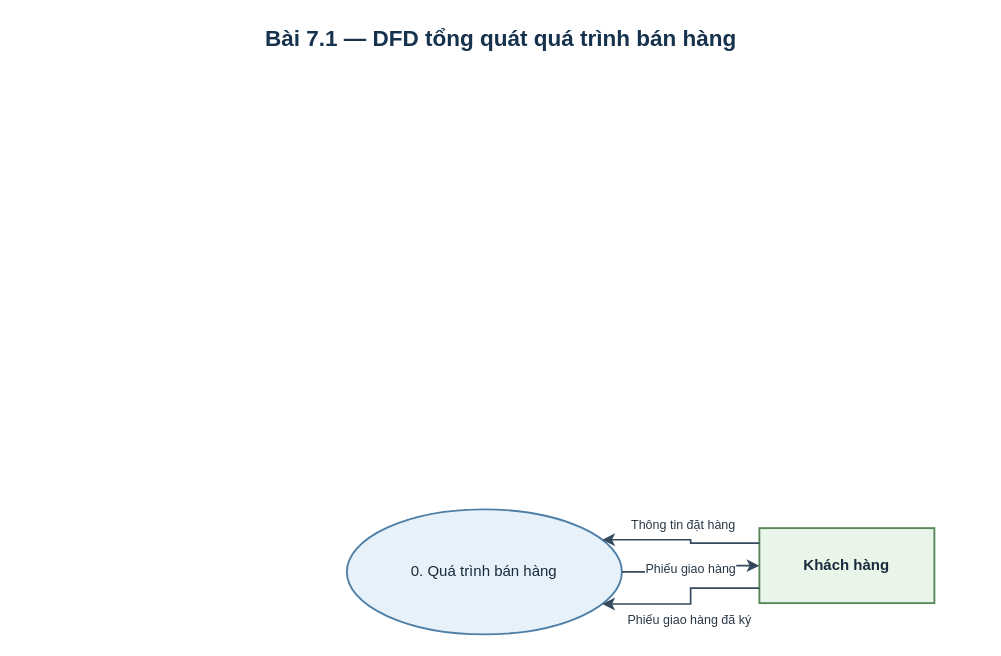
Before: assets/drawio/09_sales_context_dfd.drawio in saigonbaddielover/thtrang, a draw.io diagram. Source tidied: cells renumbered, new cells numbered last; positions are measured from the earlier drawing's top-left corner, leaving out a move shared by most shapes. Both pictures are drawn from the tidied source at 125%, with x=0, y=0 at pixel (21, 21).
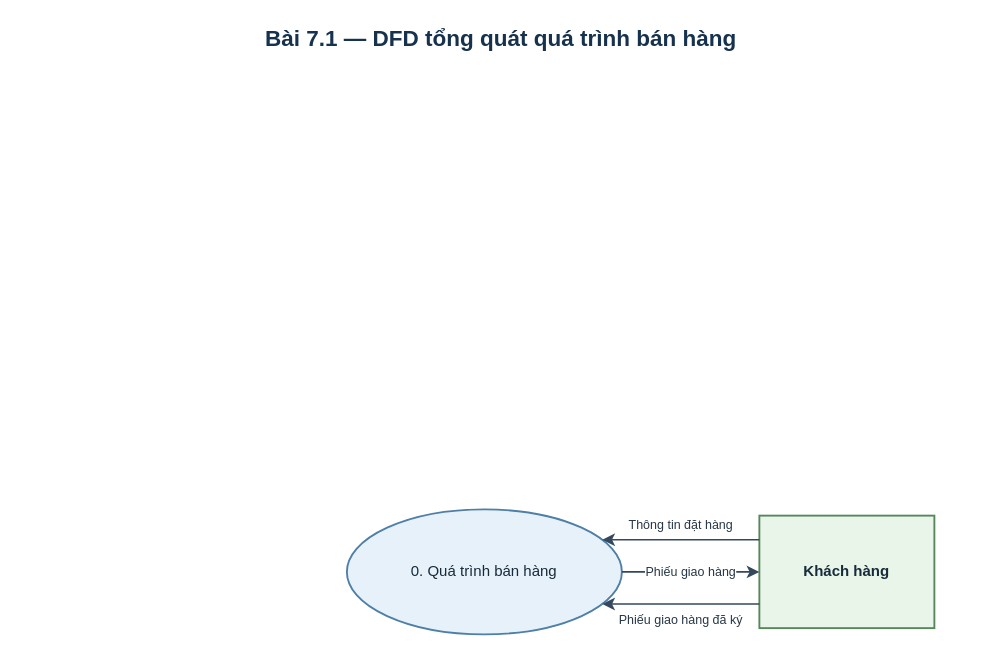
The same diagram, later.

Diff of the diagram source:
```diff
@@
 <mxGraphModel>
   <root>
     <mxCell id="0" />
     <mxCell id="1" parent="0" />
     <mxCell id="2" value="Bài 7.1 — DFD tổng quát quá trình bán hàng" style="text;html=1;whiteSpace=wrap;align=center;verticalAlign=middle;fontFamily=Arial;fontSize=18;fontStyle=1;fontColor=#17324D;strokeColor=none;fillColor=none;" parent="1" vertex="1">
       <mxGeometry width="767" height="28" as="geometry" />
     </mxCell>
     <mxCell id="3" value="0. Quá trình bán hàng" style="shape=ellipse;perimeter=ellipsePerimeter;html=1;whiteSpace=wrap;fontFamily=Arial;align=center;verticalAlign=middle;fontColor=#172B3A; fontSize=11;spacing=5;fillColor=#E7F1FA;strokeColor=#4E7FA7;strokeWidth=1.5;" parent="1" vertex="1">
       <mxGeometry x="260" y="390" width="220" height="100" as="geometry" />
     </mxCell>
     <mxCell id="4" value="Khách hàng" style="rounded=0;html=1;whiteSpace=wrap;fontFamily=Arial;align=center;verticalAlign=middle;fontColor=#172B3A; fontSize=11;fontStyle=1;spacing=5;fillColor=#EAF5EA;strokeColor=#56875B;strokeWidth=1.5;" parent="1" vertex="1">
-      <mxGeometry x="590" y="405" width="140" height="60" as="geometry" />
+      <mxGeometry x="590" y="395" width="140" height="90" as="geometry" />
     </mxCell>
-    <mxCell id="5" value="Thông tin đặt hàng" style="edgeStyle=orthogonalEdgeStyle;rounded=0;jettySize=auto;html=1;fontFamily=Arial;fontSize=10;fontColor=#273746;labelBackgroundColor=#FFFFFF;strokeColor=#34495E;strokeWidth=1.35;endArrow=classic;endFill=1;exitX=0;exitY=0.2;entryX=1;entryY=0.2;" parent="1" edge="1" source="4" target="3">
+    <mxCell id="5" value="Thông tin đặt hàng" style="edgeStyle=orthogonalEdgeStyle;rounded=0;jettySize=auto;html=1;fontFamily=Arial;fontSize=10;fontColor=#273746;labelBackgroundColor=#FFFFFF;strokeColor=#34495E;strokeWidth=1.35;endArrow=classic;endFill=1;exitX=0;exitY=0.2142222222;entryX=1;entryY=0.2;" parent="1" edge="1" source="4" target="3">
       <mxGeometry relative="1" as="geometry">
         <mxPoint y="-12" as="offset" />
       </mxGeometry>
     </mxCell>
     <mxCell id="6" value="Phiếu giao hàng" style="edgeStyle=orthogonalEdgeStyle;rounded=0;jettySize=auto;html=1;fontFamily=Arial;fontSize=10;fontColor=#273746;labelBackgroundColor=#FFFFFF;strokeColor=#34495E;strokeWidth=1.35;endArrow=classic;endFill=1;exitX=1;exitY=0.5;entryX=0;entryY=0.5;" parent="1" edge="1" source="3" target="4">
       <mxGeometry relative="1" as="geometry" />
     </mxCell>
-    <mxCell id="7" value="Phiếu giao hàng đã ký" style="edgeStyle=orthogonalEdgeStyle;rounded=0;jettySize=auto;html=1;fontFamily=Arial;fontSize=10;fontColor=#273746;labelBackgroundColor=#FFFFFF;strokeColor=#34495E;strokeWidth=1.35;endArrow=classic;endFill=1;exitX=0;exitY=0.8;entryX=1;entryY=0.8;" parent="1" edge="1" source="4" target="3">
+    <mxCell id="7" value="Phiếu giao hàng đã ký" style="edgeStyle=orthogonalEdgeStyle;rounded=0;jettySize=auto;html=1;fontFamily=Arial;fontSize=10;fontColor=#273746;labelBackgroundColor=#FFFFFF;strokeColor=#34495E;strokeWidth=1.35;endArrow=classic;endFill=1;exitX=0;exitY=0.7857777778;entryX=1;entryY=0.8;" parent="1" edge="1" source="4" target="3">
       <mxGeometry relative="1" as="geometry">
         <mxPoint y="12" as="offset" />
       </mxGeometry>
     </mxCell>
   </root>
 </mxGraphModel>
```
